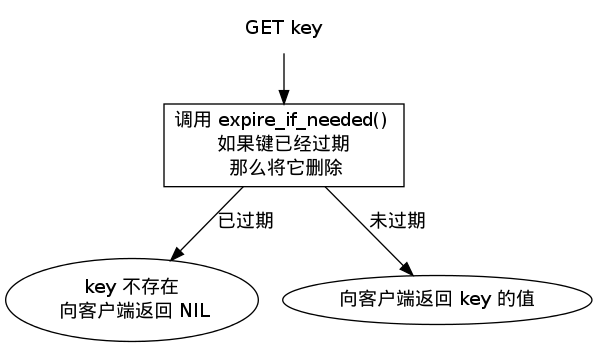
Earlier version of the Graphviz export internal/image/get-with-expire.png (huangzworks/redisbook). Its source is kept beside it as internal/image/get-with-expire.dot.
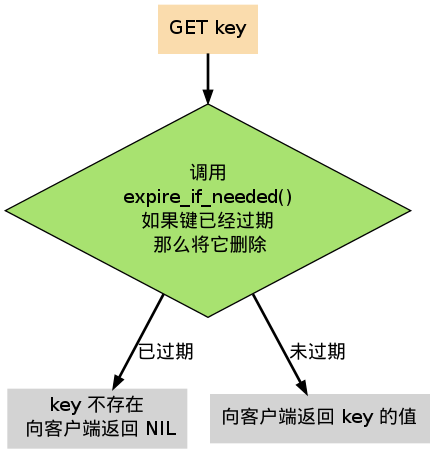
Above is the later version.

What changed in the source:
```diff
@@ -1,8 +1,13 @@
 digraph get_with_expire {
 
-    get [label = "GET key", shape = "plaintext"];
+    node [style = filled, shape = plaintext];
 
-    expire_if_needed [label = "调用 expire_if_needed() \n 如果键已经过期 \n 那么将它删除", shape = box];
+    edge [style = bold];
+
+
+    get [label = "GET key", fillcolor = "#FADCAD"];
+
+    expire_if_needed [label = "调用\n expire_if_needed() \n 如果键已经过期 \n 那么将它删除", shape = diamond, fillcolor = "#A8E270"];
 
     expired_and_deleted [label = "key 不存在\n 向客户端返回 NIL"];
 
```
